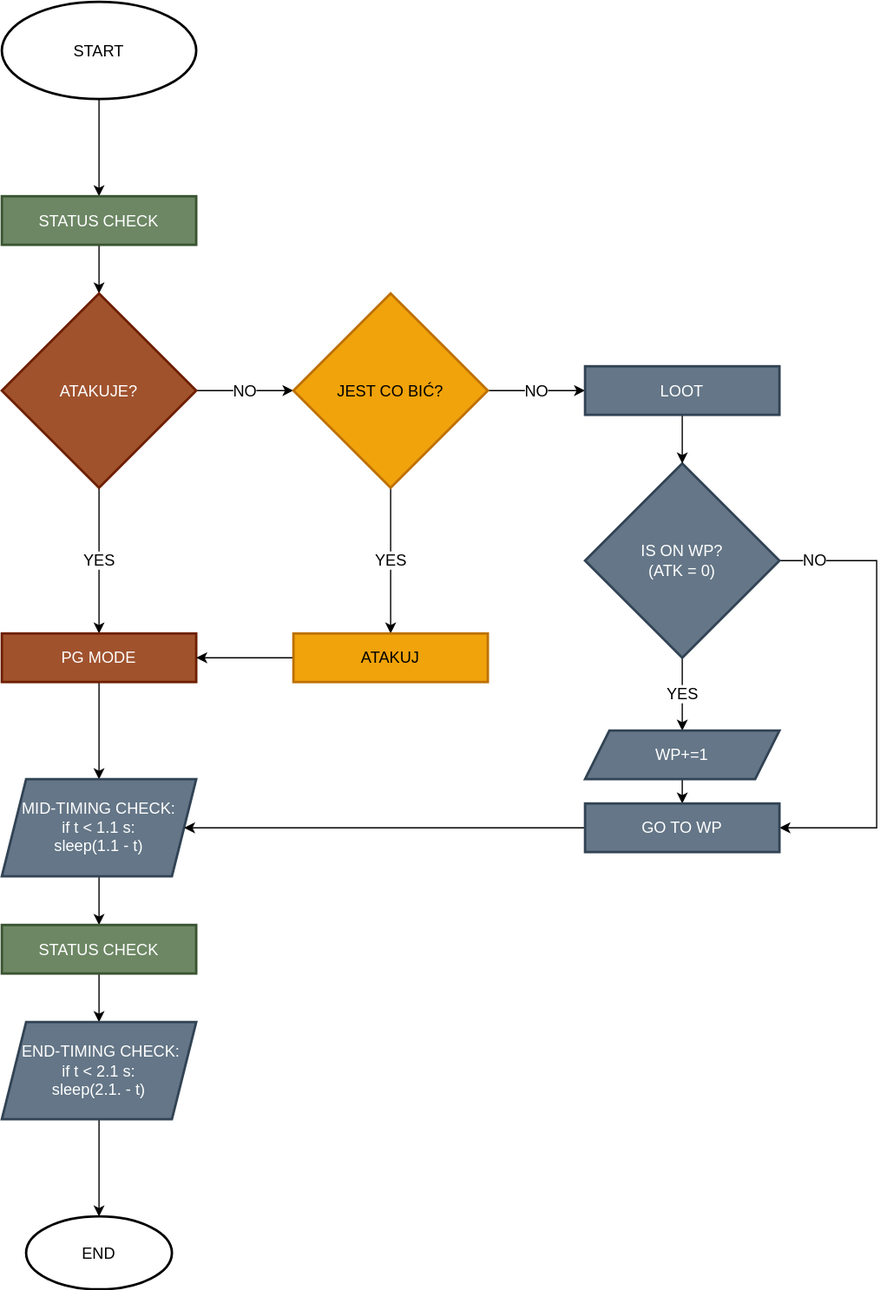
lbaisinger/Andrzej-d2r keeps this draw.io diagram as src/img/flowchart_logika_andrzeja_pg.svg. Above is the earlier version. Source tidied: cells renumbered, new cells last; positions are measured from the earlier drawing's top-left corner, leaving out a move shared by most shapes.
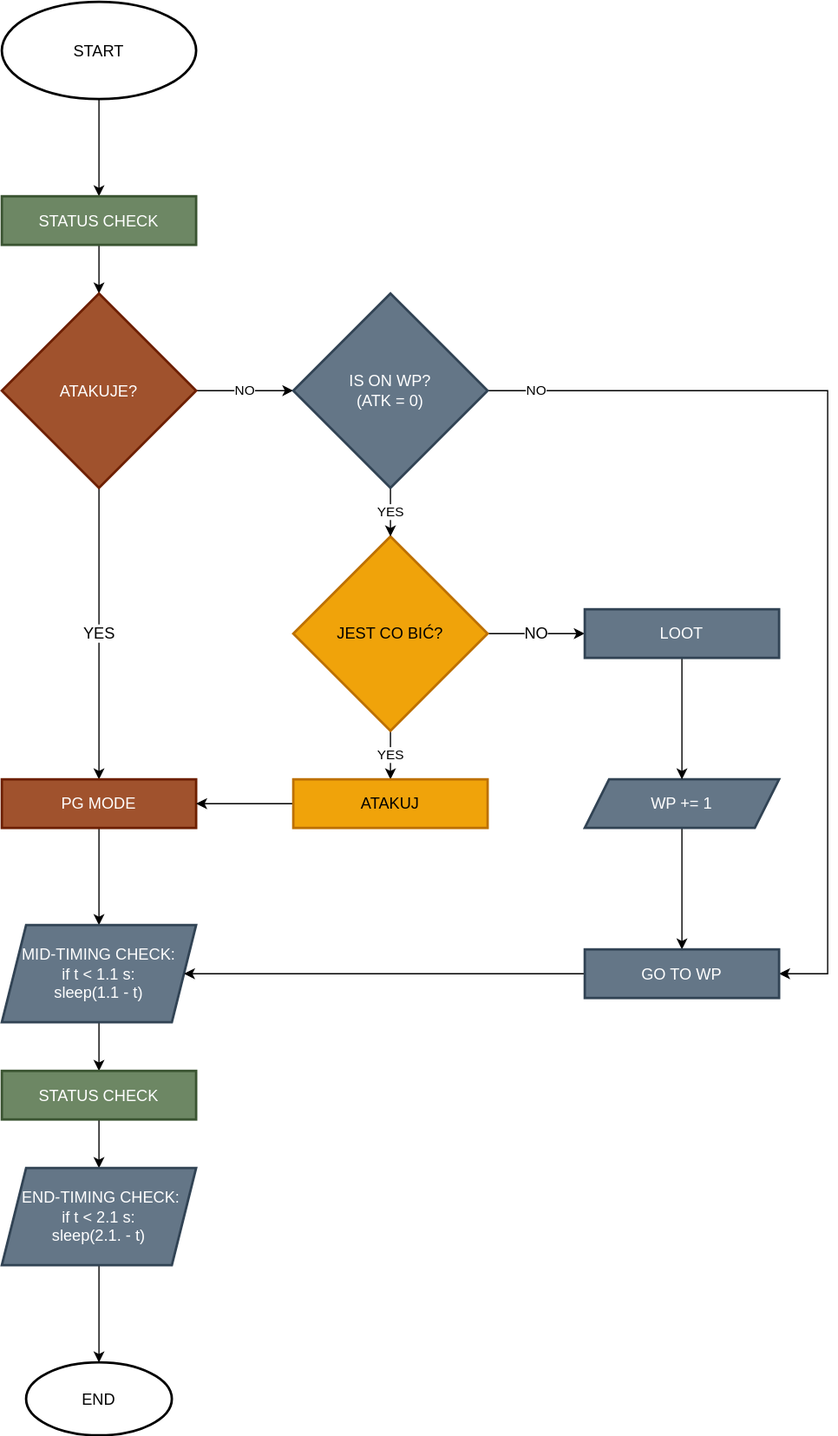
The same diagram one commit later.

Diff of the diagram source:
```diff
@@ -17,9 +17,9 @@
     <mxCell id="6" value="YES" style="edgeStyle=orthogonalEdgeStyle;rounded=0;jettySize=auto;html=1;fontSize=13;entryX=0.5;entryY=0;entryDx=0;entryDy=0;" parent="1" edge="1" source="8" target="10">
       <mxGeometry relative="1" as="geometry" />
     </mxCell>
-    <mxCell id="7" value="NO" style="edgeStyle=orthogonalEdgeStyle;rounded=0;jettySize=auto;html=1;fontSize=13;entryX=0;entryY=0.5;entryDx=0;entryDy=0;" parent="1" edge="1" source="8" target="13">
-      <mxGeometry relative="1" as="geometry" />
-    </mxCell>
+    <mxCell id="32" value="NO" style="edgeStyle=orthogonalEdgeStyle;rounded=0;jettySize=auto;html=1;exitX=1;exitY=0.5;exitDx=0;exitDy=0;entryX=0;entryY=0.5;entryDx=0;entryDy=0;" parent="1" edge="1" source="8" target="25">
+      <mxGeometry relative="1" as="geometry" />
+    </mxCell>
     <mxCell id="8" value="ATAKUJE?" style="rhombus;whiteSpace=wrap;html=1;fillColor=#a0522d;strokeColor=#6D1F00;fontColor=#ffffff;strokeWidth=2;fontSize=13;" parent="1" vertex="1">
       <mxGeometry y="240" width="160" height="160" as="geometry" />
     </mxCell>
@@ -27,75 +27,75 @@
       <mxGeometry relative="1" as="geometry" />
     </mxCell>
     <mxCell id="10" value="PG MODE" style="whiteSpace=wrap;html=1;fillColor=#a0522d;strokeColor=#6D1F00;fontColor=#ffffff;strokeWidth=2;fontSize=13;" parent="1" vertex="1">
-      <mxGeometry y="520" width="160" height="40" as="geometry" />
+      <mxGeometry y="640" width="160" height="40" as="geometry" />
     </mxCell>
+    <mxCell id="12" value="NO" style="edgeStyle=orthogonalEdgeStyle;rounded=0;jettySize=auto;html=1;fontSize=13;entryX=0;entryY=0.5;entryDx=0;entryDy=0;" parent="1" edge="1" source="13" target="31">
+      <mxGeometry relative="1" as="geometry" />
+    </mxCell>
-    <mxCell id="11" value="YES" style="edgeStyle=orthogonalEdgeStyle;rounded=0;jettySize=auto;html=1;fontSize=13;" parent="1" edge="1" source="13" target="15">
+    <mxCell id="11" value="YES" style="edgeStyle=orthogonalEdgeStyle;rounded=0;jettySize=auto;html=1;exitX=0.5;exitY=1;exitDx=0;exitDy=0;entryX=0.5;entryY=0;entryDx=0;entryDy=0;" parent="1" edge="1" source="13" target="15">
       <mxGeometry relative="1" as="geometry" />
     </mxCell>
-    <mxCell id="12" value="NO" style="edgeStyle=orthogonalEdgeStyle;rounded=0;jettySize=auto;html=1;fontSize=13;entryX=0;entryY=0.5;entryDx=0;entryDy=0;" parent="1" edge="1" source="13" target="31">
-      <mxGeometry relative="1" as="geometry" />
-    </mxCell>
     <mxCell id="13" value="JEST CO BIĆ?" style="rhombus;whiteSpace=wrap;html=1;fillColor=#f0a30a;strokeColor=#BD7000;fontColor=#000000;strokeWidth=2;fontSize=13;" parent="1" vertex="1">
-      <mxGeometry x="240" y="240" width="160" height="160" as="geometry" />
+      <mxGeometry x="240" y="440" width="160" height="160" as="geometry" />
     </mxCell>
     <mxCell id="14" style="edgeStyle=orthogonalEdgeStyle;rounded=0;jettySize=auto;html=1;exitX=0;exitY=0.5;exitDx=0;exitDy=0;fontSize=13;entryX=1;entryY=0.5;entryDx=0;entryDy=0;" parent="1" edge="1" source="15" target="10">
       <mxGeometry relative="1" as="geometry" />
     </mxCell>
     <mxCell id="15" value="ATAKUJ" style="whiteSpace=wrap;html=1;fillColor=#f0a30a;strokeColor=#BD7000;fontColor=#000000;strokeWidth=2;fontSize=13;" parent="1" vertex="1">
-      <mxGeometry x="240" y="520" width="160" height="40" as="geometry" />
+      <mxGeometry x="240" y="640" width="160" height="40" as="geometry" />
     </mxCell>
     <mxCell id="16" style="edgeStyle=orthogonalEdgeStyle;rounded=0;jettySize=auto;html=1;fontSize=13;" parent="1" edge="1" source="17" target="19">
       <mxGeometry relative="1" as="geometry" />
     </mxCell>
     <mxCell id="17" value="MID-TIMING CHECK:&lt;br style=&quot;font-size: 13px;&quot;&gt;if t &amp;lt; 1.1 s:&lt;br style=&quot;font-size: 13px;&quot;&gt;sleep(1.1 - t)" style="shape=parallelogram;perimeter=parallelogramPerimeter;whiteSpace=wrap;html=1;fixedSize=1;fillColor=#647687;strokeColor=#314354;fontColor=#ffffff;strokeWidth=2;fontSize=13;" parent="1" vertex="1">
-      <mxGeometry y="640" width="160" height="80" as="geometry" />
+      <mxGeometry y="760" width="160" height="80" as="geometry" />
     </mxCell>
     <mxCell id="18" style="edgeStyle=orthogonalEdgeStyle;rounded=0;jettySize=auto;html=1;fontSize=13;" parent="1" edge="1" source="19" target="21">
       <mxGeometry relative="1" as="geometry" />
     </mxCell>
     <mxCell id="19" value="STATUS CHECK" style="whiteSpace=wrap;html=1;fillColor=#6d8764;strokeColor=#3A5431;fontColor=#ffffff;strokeWidth=2;fontSize=13;" parent="1" vertex="1">
-      <mxGeometry y="760" width="160" height="40" as="geometry" />
+      <mxGeometry y="880" width="160" height="40" as="geometry" />
     </mxCell>
     <mxCell id="20" style="edgeStyle=orthogonalEdgeStyle;rounded=0;jettySize=auto;html=1;fontSize=13;" parent="1" edge="1" source="21" target="22">
       <mxGeometry relative="1" as="geometry" />
     </mxCell>
     <mxCell id="21" value="&amp;nbsp;END-TIMING CHECK:&lt;br style=&quot;font-size: 13px;&quot;&gt;if t &amp;lt; 2.1 s:&lt;br style=&quot;font-size: 13px;&quot;&gt;sleep(2.1. - t)" style="shape=parallelogram;perimeter=parallelogramPerimeter;whiteSpace=wrap;html=1;fixedSize=1;fillColor=#647687;strokeColor=#314354;fontColor=#ffffff;strokeWidth=2;fontSize=13;" parent="1" vertex="1">
-      <mxGeometry y="840" width="160" height="80" as="geometry" />
+      <mxGeometry y="960" width="160" height="80" as="geometry" />
     </mxCell>
     <mxCell id="22" value="END" style="ellipse;whiteSpace=wrap;html=1;strokeWidth=2;fontSize=13;" parent="1" vertex="1">
-      <mxGeometry x="20" y="1000" width="120" height="60" as="geometry" />
+      <mxGeometry x="20" y="1120" width="120" height="60" as="geometry" />
     </mxCell>
+    <mxCell id="33" value="YES" style="edgeStyle=orthogonalEdgeStyle;rounded=0;jettySize=auto;html=1;exitX=0.5;exitY=1;exitDx=0;exitDy=0;entryX=0.5;entryY=0;entryDx=0;entryDy=0;" parent="1" edge="1" source="25" target="13">
+      <mxGeometry relative="1" as="geometry" />
+    </mxCell>
-    <mxCell id="23" value="NO" style="edgeStyle=orthogonalEdgeStyle;rounded=0;jettySize=auto;html=1;exitX=1;exitY=0.5;exitDx=0;exitDy=0;entryX=1;entryY=0.5;entryDx=0;entryDy=0;fontSize=13;" parent="1" edge="1" source="25" target="29">
-      <mxGeometry x="-0.85" relative="1" as="geometry">
+    <mxCell id="23" value="NO" style="edgeStyle=orthogonalEdgeStyle;rounded=0;jettySize=auto;html=1;exitX=1;exitY=0.5;exitDx=0;exitDy=0;entryX=1;entryY=0.5;entryDx=0;entryDy=0;" parent="1" edge="1" source="25" target="29">
+      <mxGeometry x="-0.9" relative="1" as="geometry">
         <Array as="points">
-          <mxPoint x="720" y="460" />
-          <mxPoint x="720" y="680" />
+          <mxPoint x="680" y="320" />
+          <mxPoint x="680" y="800" />
         </Array>
       </mxGeometry>
     </mxCell>
-    <mxCell id="24" value="YES" style="edgeStyle=orthogonalEdgeStyle;rounded=0;jettySize=auto;html=1;exitX=0.5;exitY=1;exitDx=0;exitDy=0;entryX=0.5;entryY=0;entryDx=0;entryDy=0;fontSize=13;" parent="1" edge="1" source="25" target="27">
-      <mxGeometry relative="1" as="geometry" />
-    </mxCell>
     <mxCell id="25" value="IS ON WP?&lt;br style=&quot;font-size: 13px;&quot;&gt;(ATK = 0)" style="rhombus;whiteSpace=wrap;html=1;fillColor=#647687;strokeColor=#314354;fontColor=#ffffff;strokeWidth=2;fontSize=13;" parent="1" vertex="1">
-      <mxGeometry x="480" y="380" width="160" height="160" as="geometry" />
+      <mxGeometry x="240" y="240" width="160" height="160" as="geometry" />
     </mxCell>
     <mxCell id="26" style="edgeStyle=orthogonalEdgeStyle;rounded=0;jettySize=auto;html=1;exitX=0.5;exitY=1;exitDx=0;exitDy=0;entryX=0.5;entryY=0;entryDx=0;entryDy=0;fontSize=13;" parent="1" edge="1" source="27" target="29">
       <mxGeometry relative="1" as="geometry" />
     </mxCell>
-    <mxCell id="27" value="WP+=1" style="shape=parallelogram;perimeter=parallelogramPerimeter;whiteSpace=wrap;html=1;fixedSize=1;fillColor=#647687;strokeColor=#314354;fontColor=#ffffff;strokeWidth=2;fontSize=13;" parent="1" vertex="1">
-      <mxGeometry x="480" y="600" width="160" height="40" as="geometry" />
+    <mxCell id="27" value="WP += 1" style="shape=parallelogram;perimeter=parallelogramPerimeter;whiteSpace=wrap;html=1;fixedSize=1;fillColor=#647687;strokeColor=#314354;fontColor=#ffffff;strokeWidth=2;fontSize=13;" parent="1" vertex="1">
+      <mxGeometry x="480" y="640" width="160" height="40" as="geometry" />
     </mxCell>
     <mxCell id="28" style="edgeStyle=orthogonalEdgeStyle;rounded=0;jettySize=auto;html=1;exitX=0;exitY=0.5;exitDx=0;exitDy=0;entryX=1;entryY=0.5;entryDx=0;entryDy=0;fontSize=13;" parent="1" edge="1" source="29" target="17">
       <mxGeometry relative="1" as="geometry" />
     </mxCell>
     <mxCell id="29" value="GO TO WP" style="whiteSpace=wrap;html=1;fillColor=#647687;strokeColor=#314354;fontColor=#ffffff;strokeWidth=2;fontSize=13;" parent="1" vertex="1">
-      <mxGeometry x="480" y="660" width="160" height="40" as="geometry" />
+      <mxGeometry x="480" y="780" width="160" height="40" as="geometry" />
     </mxCell>
-    <mxCell id="30" style="edgeStyle=orthogonalEdgeStyle;rounded=0;jettySize=auto;html=1;exitX=0.5;exitY=1;exitDx=0;exitDy=0;entryX=0.5;entryY=0;entryDx=0;entryDy=0;" parent="1" edge="1" source="31" target="25">
-      <mxGeometry relative="1" as="geometry" />
-    </mxCell>
+    <mxCell id="34" style="edgeStyle=orthogonalEdgeStyle;rounded=0;jettySize=auto;html=1;exitX=0.5;exitY=1;exitDx=0;exitDy=0;entryX=0.5;entryY=0;entryDx=0;entryDy=0;" parent="1" edge="1" source="31" target="27">
+      <mxGeometry relative="1" as="geometry" />
+    </mxCell>
     <mxCell id="31" value="LOOT" style="whiteSpace=wrap;html=1;fillColor=#647687;strokeColor=#314354;fontColor=#ffffff;strokeWidth=2;fontSize=13;" parent="1" vertex="1">
-      <mxGeometry x="480" y="300" width="160" height="40" as="geometry" />
+      <mxGeometry x="480" y="500" width="160" height="40" as="geometry" />
     </mxCell>
   </root>
 </mxGraphModel>
```
